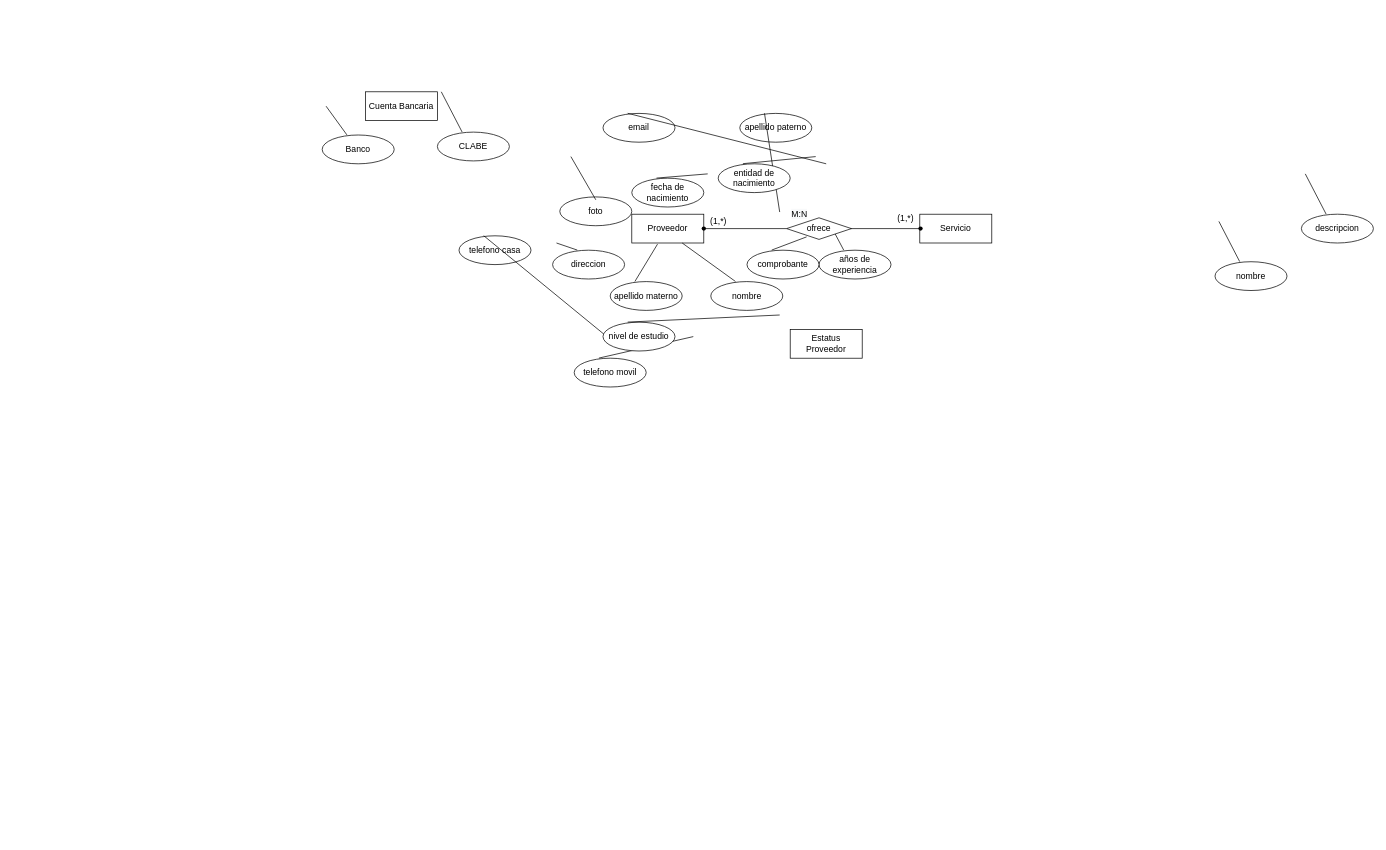
Earlier version of the draw.io diagram Documentacion/Diagrama sin título.drawio (OswaCabrera/BDAProject). Source tidied: cells renumbered, new cells numbered last; positions are measured from the earlier drawing's top-left corner, leaving out a move shared by most shapes. Both pictures are drawn from the tidied source at 72%, with x=0, y=0 at pixel (322, 91).
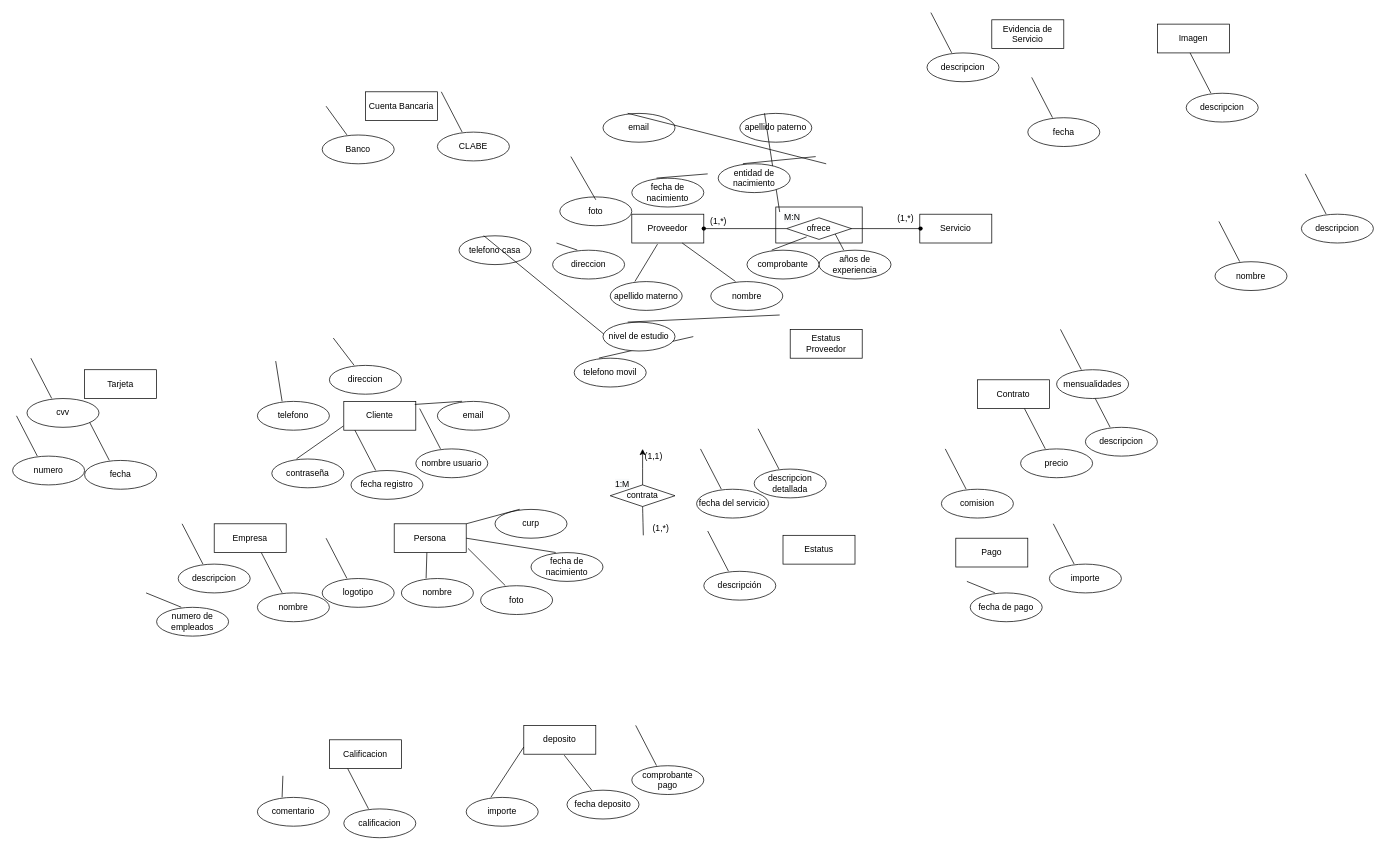
After the change.

Change to the diagram source:
```diff
@@
+    <mxCell id="48" style="rounded=0;whiteSpace=wrap;html=1;" parent="1" vertex="1">
+      <mxGeometry x="630" y="160" width="120" height="50" as="geometry" />
+    </mxCell>
@@
     <mxCell id="27" value="&lt;span style=&quot;color: rgb(0, 0, 0); font-family: helvetica; font-size: 12px; font-style: normal; font-weight: 400; letter-spacing: normal; text-align: center; text-indent: 0px; text-transform: none; word-spacing: 0px; background-color: rgb(248, 249, 250); display: inline; float: none;&quot;&gt;M:N&lt;/span&gt;" style="text;whiteSpace=wrap;html=1;" parent="1" vertex="1">
-      <mxGeometry x="650" y="156" width="50" height="30" as="geometry" />
+      <mxGeometry x="640" y="161" width="50" height="30" as="geometry" />
     </mxCell>
@@
+    <mxCell id="49" value="Cliente" style="whiteSpace=wrap;html=1;align=center;" parent="1" vertex="1">
+      <mxGeometry x="30" y="430" width="100" height="40" as="geometry" />
+    </mxCell>
+    <mxCell id="50" value="fecha registro" style="ellipse;whiteSpace=wrap;html=1;align=center;" parent="1" vertex="1">
+      <mxGeometry x="40" y="526" width="100" height="40" as="geometry" />
+    </mxCell>
+    <mxCell id="51" style="endArrow=none;html=1;rounded=0;entryX=0.343;entryY=-0.004;entryDx=0;entryDy=0;entryPerimeter=0;" parent="1" edge="1" target="50">
+      <mxGeometry relative="1" as="geometry">
+        <mxPoint x="45.4" y="470" as="sourcePoint" />
+      </mxGeometry>
+    </mxCell>
+    <mxCell id="52" value="nombre usuario" style="ellipse;whiteSpace=wrap;html=1;align=center;" parent="1" vertex="1">
+      <mxGeometry x="130" y="496" width="100" height="40" as="geometry" />
+    </mxCell>
+    <mxCell id="53" style="endArrow=none;html=1;rounded=0;entryX=0.343;entryY=-0.004;entryDx=0;entryDy=0;entryPerimeter=0;" parent="1" edge="1" target="52">
+      <mxGeometry relative="1" as="geometry">
+        <mxPoint x="135.4" y="440" as="sourcePoint" />
+      </mxGeometry>
+    </mxCell>
+    <mxCell id="54" value="contraseña" style="ellipse;whiteSpace=wrap;html=1;align=center;" parent="1" vertex="1">
+      <mxGeometry x="-70" y="510" width="100" height="40" as="geometry" />
+    </mxCell>
+    <mxCell id="55" style="endArrow=none;html=1;rounded=0;entryX=0.343;entryY=-0.004;entryDx=0;entryDy=0;entryPerimeter=0;exitX=-0.006;exitY=0.855;exitDx=0;exitDy=0;exitPerimeter=0;" parent="1" edge="1" source="49" target="54">
+      <mxGeometry relative="1" as="geometry" />
+    </mxCell>
+    <mxCell id="56" value="email" style="ellipse;whiteSpace=wrap;html=1;align=center;" parent="1" vertex="1">
+      <mxGeometry x="160" y="430" width="100" height="40" as="geometry" />
+    </mxCell>
+    <mxCell id="57" style="endArrow=none;html=1;rounded=0;entryX=0.343;entryY=-0.004;entryDx=0;entryDy=0;entryPerimeter=0;exitX=0.986;exitY=0.105;exitDx=0;exitDy=0;exitPerimeter=0;" parent="1" edge="1" source="49" target="56">
+      <mxGeometry relative="1" as="geometry" />
+    </mxCell>
+    <mxCell id="58" value="telefono" style="ellipse;whiteSpace=wrap;html=1;align=center;" parent="1" vertex="1">
+      <mxGeometry x="-90" y="430" width="100" height="40" as="geometry" />
+    </mxCell>
+    <mxCell id="59" style="endArrow=none;html=1;rounded=0;entryX=0.343;entryY=-0.004;entryDx=0;entryDy=0;entryPerimeter=0;" parent="1" edge="1" target="58">
+      <mxGeometry relative="1" as="geometry">
+        <mxPoint x="-64.6" y="374" as="sourcePoint" />
+      </mxGeometry>
+    </mxCell>
+    <mxCell id="60" value="direccion" style="ellipse;whiteSpace=wrap;html=1;align=center;" parent="1" vertex="1">
+      <mxGeometry x="10" y="380" width="100" height="40" as="geometry" />
+    </mxCell>
+    <mxCell id="61" style="endArrow=none;html=1;rounded=0;entryX=0.343;entryY=-0.004;entryDx=0;entryDy=0;entryPerimeter=0;" parent="1" edge="1" target="60">
+      <mxGeometry relative="1" as="geometry">
+        <mxPoint x="15.4" y="342" as="sourcePoint" />
+      </mxGeometry>
+    </mxCell>
+    <mxCell id="62" value="Empresa" style="whiteSpace=wrap;html=1;align=center;" parent="1" vertex="1">
+      <mxGeometry x="-150" y="600" width="100" height="40" as="geometry" />
+    </mxCell>
+    <mxCell id="63" value="Persona" style="whiteSpace=wrap;html=1;align=center;" parent="1" vertex="1">
+      <mxGeometry x="100" y="600" width="100" height="40" as="geometry" />
+    </mxCell>
+    <mxCell id="64" value="descripcion" style="ellipse;whiteSpace=wrap;html=1;align=center;" parent="1" vertex="1">
+      <mxGeometry x="-200" y="656" width="100" height="40" as="geometry" />
+    </mxCell>
+    <mxCell id="65" style="endArrow=none;html=1;rounded=0;entryX=0.343;entryY=-0.004;entryDx=0;entryDy=0;entryPerimeter=0;" parent="1" edge="1" target="64">
+      <mxGeometry relative="1" as="geometry">
+        <mxPoint x="-194.6" y="600" as="sourcePoint" />
+      </mxGeometry>
+    </mxCell>
+    <mxCell id="66" value="nombre" style="ellipse;whiteSpace=wrap;html=1;align=center;" parent="1" vertex="1">
+      <mxGeometry x="-90" y="696" width="100" height="40" as="geometry" />
+    </mxCell>
+    <mxCell id="67" style="endArrow=none;html=1;rounded=0;entryX=0.343;entryY=-0.004;entryDx=0;entryDy=0;entryPerimeter=0;" parent="1" edge="1" target="66">
+      <mxGeometry relative="1" as="geometry">
+        <mxPoint x="-84.6" y="640" as="sourcePoint" />
+      </mxGeometry>
+    </mxCell>
+    <mxCell id="68" value="logotipo" style="ellipse;whiteSpace=wrap;html=1;align=center;" parent="1" vertex="1">
+      <mxGeometry y="676" width="100" height="40" as="geometry" />
+    </mxCell>
+    <mxCell id="69" style="endArrow=none;html=1;rounded=0;entryX=0.343;entryY=-0.004;entryDx=0;entryDy=0;entryPerimeter=0;" parent="1" edge="1" target="68">
+      <mxGeometry relative="1" as="geometry">
+        <mxPoint x="5.4" y="620" as="sourcePoint" />
+      </mxGeometry>
+    </mxCell>
+    <mxCell id="70" value="numero de empleados" style="ellipse;whiteSpace=wrap;html=1;align=center;" parent="1" vertex="1">
+      <mxGeometry x="-230" y="716" width="100" height="40" as="geometry" />
+    </mxCell>
+    <mxCell id="71" style="endArrow=none;html=1;rounded=0;entryX=0.343;entryY=-0.004;entryDx=0;entryDy=0;entryPerimeter=0;" parent="1" edge="1" target="70">
+      <mxGeometry relative="1" as="geometry">
+        <mxPoint x="-244.6" y="696" as="sourcePoint" />
+      </mxGeometry>
+    </mxCell>
+    <mxCell id="72" value="nombre" style="ellipse;whiteSpace=wrap;html=1;align=center;" parent="1" vertex="1">
+      <mxGeometry x="110" y="676" width="100" height="40" as="geometry" />
+    </mxCell>
+    <mxCell id="73" style="endArrow=none;html=1;rounded=0;entryX=0.343;entryY=-0.004;entryDx=0;entryDy=0;entryPerimeter=0;" parent="1" edge="1" target="72">
+      <mxGeometry relative="1" as="geometry">
+        <mxPoint x="145.4" y="640" as="sourcePoint" />
+      </mxGeometry>
+    </mxCell>
+    <mxCell id="74" value="foto" style="ellipse;whiteSpace=wrap;html=1;align=center;" parent="1" vertex="1">
+      <mxGeometry x="220" y="686" width="100" height="40" as="geometry" />
+    </mxCell>
+    <mxCell id="75" style="endArrow=none;html=1;rounded=0;entryX=0.343;entryY=-0.004;entryDx=0;entryDy=0;entryPerimeter=0;exitX=1.025;exitY=0.855;exitDx=0;exitDy=0;exitPerimeter=0;" parent="1" edge="1" source="63" target="74">
+      <mxGeometry relative="1" as="geometry" />
+    </mxCell>
+    <mxCell id="76" value="fecha de nacimiento" style="ellipse;whiteSpace=wrap;html=1;align=center;" parent="1" vertex="1">
+      <mxGeometry x="290" y="640" width="100" height="40" as="geometry" />
+    </mxCell>
+    <mxCell id="77" style="endArrow=none;html=1;rounded=0;entryX=0.343;entryY=-0.004;entryDx=0;entryDy=0;entryPerimeter=0;exitX=1;exitY=0.5;exitDx=0;exitDy=0;" parent="1" edge="1" source="63" target="76">
+      <mxGeometry relative="1" as="geometry" />
+    </mxCell>
+    <mxCell id="78" value="curp" style="ellipse;whiteSpace=wrap;html=1;align=center;" parent="1" vertex="1">
+      <mxGeometry x="240" y="580" width="100" height="40" as="geometry" />
+    </mxCell>
+    <mxCell id="79" style="endArrow=none;html=1;rounded=0;entryX=0.343;entryY=-0.004;entryDx=0;entryDy=0;entryPerimeter=0;exitX=1;exitY=0;exitDx=0;exitDy=0;" parent="1" edge="1" source="63" target="78">
+      <mxGeometry relative="1" as="geometry" />
+    </mxCell>
+    <mxCell id="80" value="Evidencia de Servicio" style="whiteSpace=wrap;html=1;align=center;" parent="1" vertex="1">
+      <mxGeometry x="930" y="-100" width="100" height="40" as="geometry" />
+    </mxCell>
+    <mxCell id="81" value="descripcion" style="ellipse;whiteSpace=wrap;html=1;align=center;" parent="1" vertex="1">
+      <mxGeometry x="840" y="-54" width="100" height="40" as="geometry" />
+    </mxCell>
+    <mxCell id="82" style="endArrow=none;html=1;rounded=0;entryX=0.343;entryY=-0.004;entryDx=0;entryDy=0;entryPerimeter=0;" parent="1" edge="1" target="81">
+      <mxGeometry relative="1" as="geometry">
+        <mxPoint x="845.4" y="-110" as="sourcePoint" />
+      </mxGeometry>
+    </mxCell>
+    <mxCell id="83" value="fecha" style="ellipse;whiteSpace=wrap;html=1;align=center;" parent="1" vertex="1">
+      <mxGeometry x="980" y="36" width="100" height="40" as="geometry" />
+    </mxCell>
+    <mxCell id="84" style="endArrow=none;html=1;rounded=0;entryX=0.343;entryY=-0.004;entryDx=0;entryDy=0;entryPerimeter=0;" parent="1" edge="1" target="83">
+      <mxGeometry relative="1" as="geometry">
+        <mxPoint x="985.4" y="-20" as="sourcePoint" />
+      </mxGeometry>
+    </mxCell>
+    <mxCell id="85" value="Imagen" style="whiteSpace=wrap;html=1;align=center;" parent="1" vertex="1">
+      <mxGeometry x="1160" y="-94" width="100" height="40" as="geometry" />
+    </mxCell>
+    <mxCell id="86" value="descripcion" style="ellipse;whiteSpace=wrap;html=1;align=center;" parent="1" vertex="1">
+      <mxGeometry x="1200" y="2" width="100" height="40" as="geometry" />
+    </mxCell>
+    <mxCell id="87" style="endArrow=none;html=1;rounded=0;entryX=0.343;entryY=-0.004;entryDx=0;entryDy=0;entryPerimeter=0;" parent="1" edge="1" target="86">
+      <mxGeometry relative="1" as="geometry">
+        <mxPoint x="1205.4" y="-54" as="sourcePoint" />
+      </mxGeometry>
+    </mxCell>
+    <mxCell id="88" style="edgeStyle=orthogonalEdgeStyle;curved=1;rounded=0;jettySize=auto;html=1;exitX=0.5;exitY=0;exitDx=0;exitDy=0;entryX=0.5;entryY=1;entryDx=0;entryDy=0;" parent="1" edge="1" source="89">
+      <mxGeometry relative="1" as="geometry">
+        <mxPoint x="445" y="496" as="targetPoint" />
+      </mxGeometry>
+    </mxCell>
+    <mxCell id="89" value="contrata" style="shape=rhombus;perimeter=rhombusPerimeter;whiteSpace=wrap;html=1;align=center;" parent="1" vertex="1">
+      <mxGeometry x="400" y="546" width="90" height="30" as="geometry" />
+    </mxCell>
+    <mxCell id="90" style="endArrow=none;html=1;startArrow=none;rounded=0;curved=1;exitX=0.5;exitY=1;exitDx=0;exitDy=0;" parent="1" edge="1" source="89">
+      <mxGeometry relative="1" as="geometry">
+        <mxPoint x="446" y="616" as="targetPoint" />
+      </mxGeometry>
+    </mxCell>
+    <mxCell id="91" value="&lt;span style=&quot;color: rgb(0, 0, 0); font-family: helvetica; font-size: 12px; font-style: normal; font-weight: 400; letter-spacing: normal; text-align: center; text-indent: 0px; text-transform: none; word-spacing: 0px; background-color: rgb(248, 249, 250); display: inline; float: none;&quot;&gt;1:M&lt;/span&gt;" style="text;whiteSpace=wrap;html=1;" parent="1" vertex="1">
+      <mxGeometry x="405" y="531" width="50" height="30" as="geometry" />
+    </mxCell>
+    <mxCell id="92" value="(1,*)" style="text;html=1;align=center;verticalAlign=middle;strokeColor=none;fillColor=none;" parent="1" vertex="1">
+      <mxGeometry x="450" y="596" width="40" height="20" as="geometry" />
+    </mxCell>
+    <mxCell id="93" value="(1,1)" style="text;html=1;align=center;verticalAlign=middle;strokeColor=none;fillColor=none;" parent="1" vertex="1">
+      <mxGeometry x="440" y="496" width="40" height="20" as="geometry" />
+    </mxCell>
+    <mxCell id="94" value="fecha del servicio" style="ellipse;whiteSpace=wrap;html=1;align=center;" parent="1" vertex="1">
+      <mxGeometry x="520" y="552" width="100" height="40" as="geometry" />
+    </mxCell>
+    <mxCell id="95" style="endArrow=none;html=1;rounded=0;entryX=0.343;entryY=-0.004;entryDx=0;entryDy=0;entryPerimeter=0;" parent="1" edge="1" target="94">
+      <mxGeometry relative="1" as="geometry">
+        <mxPoint x="525.4" y="496" as="sourcePoint" />
+      </mxGeometry>
+    </mxCell>
+    <mxCell id="96" value="descripción" style="ellipse;whiteSpace=wrap;html=1;align=center;" parent="1" vertex="1">
+      <mxGeometry x="530" y="666" width="100" height="40" as="geometry" />
+    </mxCell>
+    <mxCell id="97" style="endArrow=none;html=1;rounded=0;entryX=0.343;entryY=-0.004;entryDx=0;entryDy=0;entryPerimeter=0;" parent="1" edge="1" target="96">
+      <mxGeometry relative="1" as="geometry">
+        <mxPoint x="535.4" y="610" as="sourcePoint" />
+      </mxGeometry>
+    </mxCell>
+    <mxCell id="98" value="descripcion detallada" style="ellipse;whiteSpace=wrap;html=1;align=center;" parent="1" vertex="1">
+      <mxGeometry x="600" y="524" width="100" height="40" as="geometry" />
+    </mxCell>
+    <mxCell id="99" style="endArrow=none;html=1;rounded=0;entryX=0.343;entryY=-0.004;entryDx=0;entryDy=0;entryPerimeter=0;" parent="1" edge="1" target="98">
+      <mxGeometry relative="1" as="geometry">
+        <mxPoint x="605.4" y="468" as="sourcePoint" />
+      </mxGeometry>
+    </mxCell>
+    <mxCell id="100" value="Estatus" style="whiteSpace=wrap;html=1;align=center;" parent="1" vertex="1">
+      <mxGeometry x="640" y="616" width="100" height="40" as="geometry" />
+    </mxCell>
+    <mxCell id="101" value="Contrato" style="whiteSpace=wrap;html=1;align=center;" parent="1" vertex="1">
+      <mxGeometry x="910" y="400" width="100" height="40" as="geometry" />
+    </mxCell>
+    <mxCell id="102" value="precio" style="ellipse;whiteSpace=wrap;html=1;align=center;" parent="1" vertex="1">
+      <mxGeometry x="970" y="496" width="100" height="40" as="geometry" />
+    </mxCell>
+    <mxCell id="103" style="endArrow=none;html=1;rounded=0;entryX=0.343;entryY=-0.004;entryDx=0;entryDy=0;entryPerimeter=0;" parent="1" edge="1" target="102">
+      <mxGeometry relative="1" as="geometry">
+        <mxPoint x="975.4" y="440" as="sourcePoint" />
+      </mxGeometry>
+    </mxCell>
+    <mxCell id="104" value="descripcion" style="ellipse;whiteSpace=wrap;html=1;align=center;" parent="1" vertex="1">
+      <mxGeometry x="1060" y="466" width="100" height="40" as="geometry" />
+    </mxCell>
+    <mxCell id="105" style="endArrow=none;html=1;rounded=0;entryX=0.343;entryY=-0.004;entryDx=0;entryDy=0;entryPerimeter=0;" parent="1" edge="1" target="104">
+      <mxGeometry relative="1" as="geometry">
+        <mxPoint x="1065.4" y="410" as="sourcePoint" />
+      </mxGeometry>
+    </mxCell>
+    <mxCell id="106" value="mensualidades" style="ellipse;whiteSpace=wrap;html=1;align=center;" parent="1" vertex="1">
+      <mxGeometry x="1020" y="386" width="100" height="40" as="geometry" />
+    </mxCell>
+    <mxCell id="107" style="endArrow=none;html=1;rounded=0;entryX=0.343;entryY=-0.004;entryDx=0;entryDy=0;entryPerimeter=0;" parent="1" edge="1" target="106">
+      <mxGeometry relative="1" as="geometry">
+        <mxPoint x="1025.4" y="330" as="sourcePoint" />
+      </mxGeometry>
+    </mxCell>
+    <mxCell id="108" value="Pago" style="whiteSpace=wrap;html=1;align=center;" parent="1" vertex="1">
+      <mxGeometry x="880" y="620" width="100" height="40" as="geometry" />
+    </mxCell>
+    <mxCell id="109" value="Tarjeta" style="whiteSpace=wrap;html=1;align=center;" parent="1" vertex="1">
+      <mxGeometry x="-330" y="386" width="100" height="40" as="geometry" />
+    </mxCell>
+    <mxCell id="110" value="numero" style="ellipse;whiteSpace=wrap;html=1;align=center;" parent="1" vertex="1">
+      <mxGeometry x="-430" y="506" width="100" height="40" as="geometry" />
+    </mxCell>
+    <mxCell id="111" style="endArrow=none;html=1;rounded=0;entryX=0.343;entryY=-0.004;entryDx=0;entryDy=0;entryPerimeter=0;" parent="1" edge="1" target="110">
+      <mxGeometry relative="1" as="geometry">
+        <mxPoint x="-424.6" y="450" as="sourcePoint" />
+      </mxGeometry>
+    </mxCell>
+    <mxCell id="112" value="fecha" style="ellipse;whiteSpace=wrap;html=1;align=center;" parent="1" vertex="1">
+      <mxGeometry x="-330" y="512" width="100" height="40" as="geometry" />
+    </mxCell>
+    <mxCell id="113" style="endArrow=none;html=1;rounded=0;entryX=0.343;entryY=-0.004;entryDx=0;entryDy=0;entryPerimeter=0;" parent="1" edge="1" target="112">
+      <mxGeometry relative="1" as="geometry">
+        <mxPoint x="-324.6" y="456" as="sourcePoint" />
+      </mxGeometry>
+    </mxCell>
+    <mxCell id="114" value="cvv" style="ellipse;whiteSpace=wrap;html=1;align=center;" parent="1" vertex="1">
+      <mxGeometry x="-410" y="426" width="100" height="40" as="geometry" />
+    </mxCell>
+    <mxCell id="115" style="endArrow=none;html=1;rounded=0;entryX=0.343;entryY=-0.004;entryDx=0;entryDy=0;entryPerimeter=0;" parent="1" edge="1" target="114">
+      <mxGeometry relative="1" as="geometry">
+        <mxPoint x="-404.6" y="370" as="sourcePoint" />
+      </mxGeometry>
+    </mxCell>
+    <mxCell id="116" value="fecha de pago" style="ellipse;whiteSpace=wrap;html=1;align=center;" parent="1" vertex="1">
+      <mxGeometry x="900" y="696" width="100" height="40" as="geometry" />
+    </mxCell>
+    <mxCell id="117" style="endArrow=none;html=1;rounded=0;entryX=0.343;entryY=-0.004;entryDx=0;entryDy=0;entryPerimeter=0;" parent="1" edge="1" target="116">
+      <mxGeometry relative="1" as="geometry">
+        <mxPoint x="895.4" y="680" as="sourcePoint" />
+      </mxGeometry>
+    </mxCell>
+    <mxCell id="118" value="importe" style="ellipse;whiteSpace=wrap;html=1;align=center;" parent="1" vertex="1">
+      <mxGeometry x="1010" y="656" width="100" height="40" as="geometry" />
+    </mxCell>
+    <mxCell id="119" style="endArrow=none;html=1;rounded=0;entryX=0.343;entryY=-0.004;entryDx=0;entryDy=0;entryPerimeter=0;" parent="1" edge="1" target="118">
+      <mxGeometry relative="1" as="geometry">
+        <mxPoint x="1015.4" y="600" as="sourcePoint" />
+      </mxGeometry>
+    </mxCell>
+    <mxCell id="120" value="comision" style="ellipse;whiteSpace=wrap;html=1;align=center;" parent="1" vertex="1">
+      <mxGeometry x="860" y="552" width="100" height="40" as="geometry" />
+    </mxCell>
+    <mxCell id="121" style="endArrow=none;html=1;rounded=0;entryX=0.343;entryY=-0.004;entryDx=0;entryDy=0;entryPerimeter=0;" parent="1" edge="1" target="120">
+      <mxGeometry relative="1" as="geometry">
+        <mxPoint x="865.4" y="496" as="sourcePoint" />
+      </mxGeometry>
+    </mxCell>
+    <mxCell id="122" value="Calificacion" style="whiteSpace=wrap;html=1;align=center;" parent="1" vertex="1">
+      <mxGeometry x="10" y="900" width="100" height="40" as="geometry" />
+    </mxCell>
+    <mxCell id="123" value="calificacion" style="ellipse;whiteSpace=wrap;html=1;align=center;" parent="1" vertex="1">
+      <mxGeometry x="30" y="996" width="100" height="40" as="geometry" />
+    </mxCell>
+    <mxCell id="124" style="endArrow=none;html=1;rounded=0;entryX=0.343;entryY=-0.004;entryDx=0;entryDy=0;entryPerimeter=0;" parent="1" edge="1" target="123">
+      <mxGeometry relative="1" as="geometry">
+        <mxPoint x="35.4" y="940" as="sourcePoint" />
+      </mxGeometry>
+    </mxCell>
+    <mxCell id="125" value="comentario" style="ellipse;whiteSpace=wrap;html=1;align=center;" parent="1" vertex="1">
+      <mxGeometry x="-90" y="980" width="100" height="40" as="geometry" />
+    </mxCell>
+    <mxCell id="126" style="endArrow=none;html=1;rounded=0;entryX=0.343;entryY=-0.004;entryDx=0;entryDy=0;entryPerimeter=0;" parent="1" edge="1" target="125">
+      <mxGeometry relative="1" as="geometry">
+        <mxPoint x="-54.6" y="950" as="sourcePoint" />
+      </mxGeometry>
+    </mxCell>
+    <mxCell id="127" value="deposito" style="whiteSpace=wrap;html=1;align=center;" parent="1" vertex="1">
+      <mxGeometry x="280" y="880" width="100" height="40" as="geometry" />
+    </mxCell>
+    <mxCell id="128" value="importe" style="ellipse;whiteSpace=wrap;html=1;align=center;" parent="1" vertex="1">
+      <mxGeometry x="200" y="980" width="100" height="40" as="geometry" />
+    </mxCell>
+    <mxCell id="129" style="endArrow=none;html=1;rounded=0;entryX=0.343;entryY=-0.004;entryDx=0;entryDy=0;entryPerimeter=0;exitX=0;exitY=0.75;exitDx=0;exitDy=0;" parent="1" edge="1" source="127" target="128">
+      <mxGeometry relative="1" as="geometry" />
+    </mxCell>
+    <mxCell id="130" value="fecha deposito" style="ellipse;whiteSpace=wrap;html=1;align=center;" parent="1" vertex="1">
+      <mxGeometry x="340" y="970" width="100" height="40" as="geometry" />
+    </mxCell>
+    <mxCell id="131" style="endArrow=none;html=1;rounded=0;entryX=0.343;entryY=-0.004;entryDx=0;entryDy=0;entryPerimeter=0;exitX=0.562;exitY=1.035;exitDx=0;exitDy=0;exitPerimeter=0;" parent="1" edge="1" source="127" target="130">
+      <mxGeometry relative="1" as="geometry" />
+    </mxCell>
+    <mxCell id="132" value="comprobante pago" style="ellipse;whiteSpace=wrap;html=1;align=center;" parent="1" vertex="1">
+      <mxGeometry x="430" y="936" width="100" height="40" as="geometry" />
+    </mxCell>
+    <mxCell id="133" style="endArrow=none;html=1;rounded=0;entryX=0.343;entryY=-0.004;entryDx=0;entryDy=0;entryPerimeter=0;" parent="1" edge="1" target="132">
+      <mxGeometry relative="1" as="geometry">
+        <mxPoint x="435.4" y="880" as="sourcePoint" />
+      </mxGeometry>
+    </mxCell>
```
